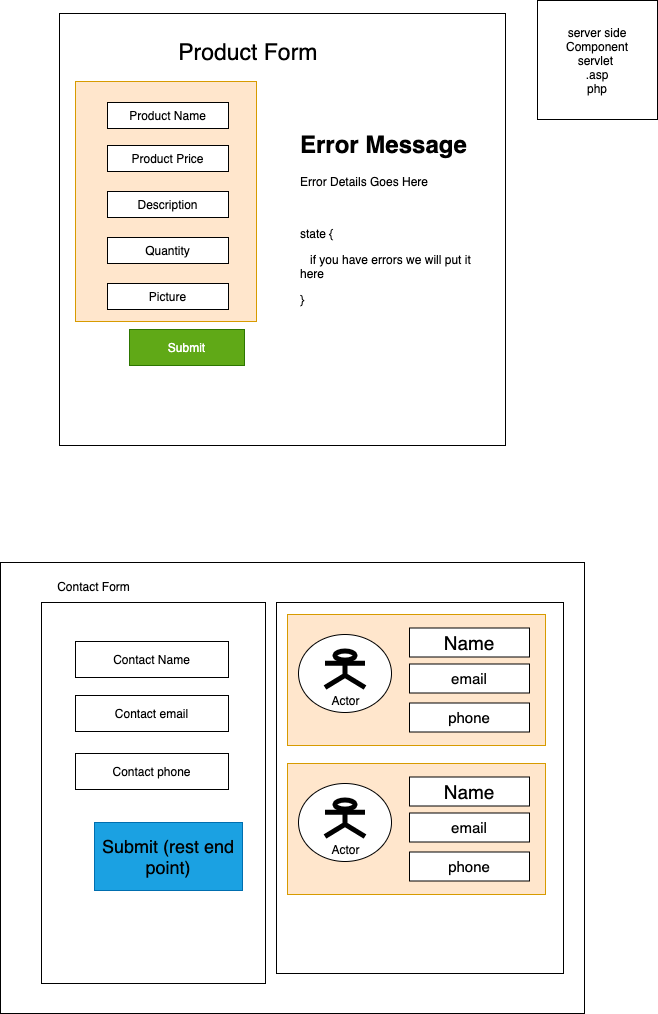
Above: images/19-react-forms.drawio.png in adithnaveen/sapient-freshers-2021-jun-asde (draw.io), before the change. Source tidied: cells renumbered, new cells last; positions are measured from the earlier drawing's top-left corner, leaving out a move shared by most shapes.
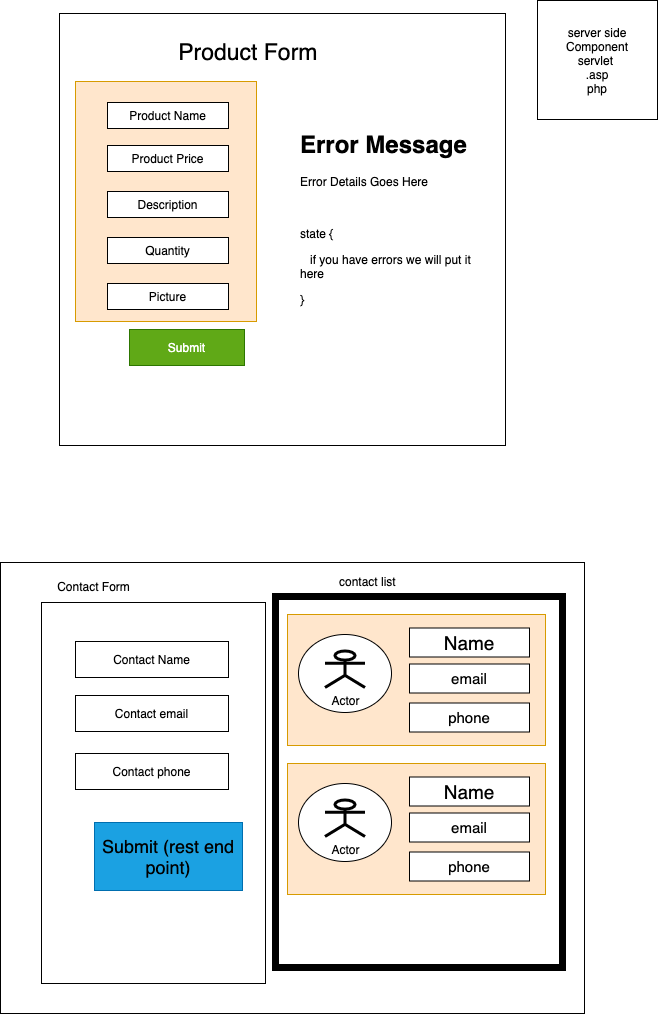
After the change.

What changed in the source:
```diff
@@ -56,8 +56,8 @@
     <mxCell id="19" value="&lt;font style=&quot;font-size: 18px&quot; color=&quot;#000000&quot;&gt;Submit (rest end point)&lt;/font&gt;" style="rounded=0;whiteSpace=wrap;html=1;fillColor=#1ba1e2;strokeColor=#006EAF;fontColor=#ffffff;" parent="1" vertex="1">
       <mxGeometry x="94" y="822" width="148" height="68" as="geometry" />
     </mxCell>
-    <mxCell id="20" style="rounded=0;whiteSpace=wrap;html=1;" parent="1" vertex="1">
-      <mxGeometry x="276" y="602" width="287" height="371" as="geometry" />
+    <mxCell id="20" style="rounded=0;whiteSpace=wrap;html=1;strokeWidth=7;" parent="1" vertex="1">
+      <mxGeometry x="275" y="596" width="287" height="371" as="geometry" />
     </mxCell>
     <mxCell id="21" style="rounded=0;whiteSpace=wrap;html=1;fillColor=#ffe6cc;strokeColor=#d79b00;" parent="1" vertex="1">
       <mxGeometry x="287" y="614" width="258" height="131" as="geometry" />
@@ -74,7 +74,7 @@
     <mxCell id="25" value="&lt;font style=&quot;font-size: 15px&quot;&gt;phone&lt;/font&gt;" style="rounded=0;whiteSpace=wrap;html=1;" parent="1" vertex="1">
       <mxGeometry x="409" y="702.5" width="120" height="29" as="geometry" />
     </mxCell>
-    <mxCell id="26" value="Actor" style="shape=umlActor;verticalLabelPosition=bottom;verticalAlign=top;html=1;strokeWidth=5;" parent="1" vertex="1">
+    <mxCell id="26" value="Actor" style="shape=umlActor;verticalLabelPosition=bottom;verticalAlign=top;html=1;strokeWidth=3;" parent="1" vertex="1">
       <mxGeometry x="324.5" y="650.5" width="40" height="36.5" as="geometry" />
     </mxCell>
     <mxCell id="27" style="rounded=0;whiteSpace=wrap;html=1;fillColor=#ffe6cc;strokeColor=#d79b00;" parent="1" vertex="1">
@@ -92,8 +92,11 @@
     <mxCell id="31" value="&lt;font style=&quot;font-size: 15px&quot;&gt;phone&lt;/font&gt;" style="rounded=0;whiteSpace=wrap;html=1;" parent="1" vertex="1">
       <mxGeometry x="409" y="851.5" width="120" height="29" as="geometry" />
     </mxCell>
-    <mxCell id="32" value="Actor" style="shape=umlActor;verticalLabelPosition=bottom;verticalAlign=top;html=1;strokeWidth=5;" parent="1" vertex="1">
+    <mxCell id="32" value="Actor" style="shape=umlActor;verticalLabelPosition=bottom;verticalAlign=top;html=1;strokeWidth=3;" parent="1" vertex="1">
       <mxGeometry x="324.5" y="799.5" width="40" height="36.5" as="geometry" />
     </mxCell>
+    <mxCell id="33" value="contact list&amp;nbsp;" style="text;html=1;strokeColor=none;fillColor=none;align=center;verticalAlign=middle;whiteSpace=wrap;rounded=0;" parent="1" vertex="1">
+      <mxGeometry x="290" y="571" width="158" height="20" as="geometry" />
+    </mxCell>
   </root>
 </mxGraphModel>
```
